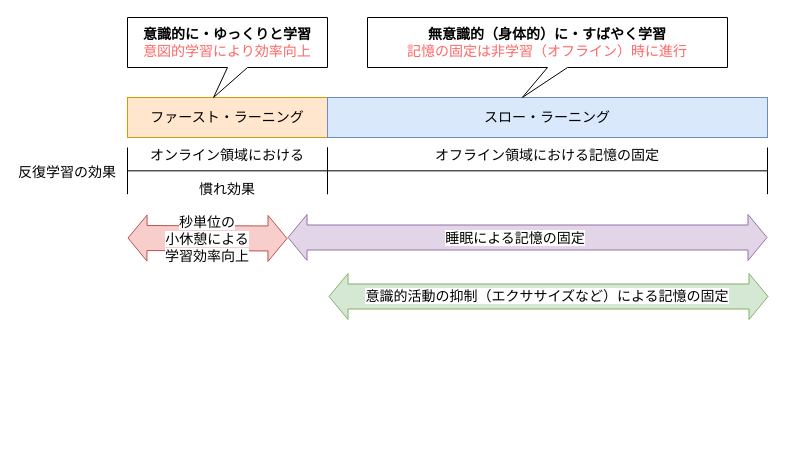
Earlier version of the draw.io diagram img/learning.drawio (amenoyoya/typing). Source tidied: cells renumbered, new cells numbered last; positions are measured from the earlier drawing's top-left corner, leaving out a move shared by most shapes. Both pictures are drawn from the tidied source at 100%, with x=0, y=0 at pixel (17, 17).
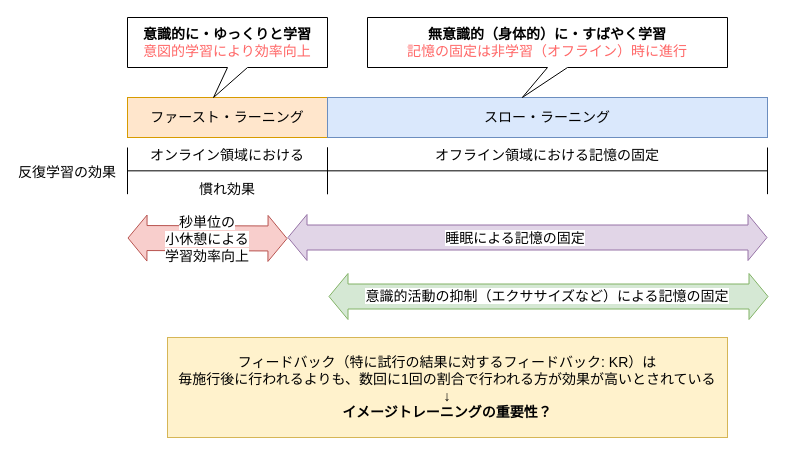
After the change.

What changed in the source:
```diff
@@
 <mxGraphModel>
   <root>
     <mxCell id="0" />
     <mxCell id="1" parent="0" />
     <mxCell id="2" value="ファースト・ラーニング" style="rounded=0;whiteSpace=wrap;html=1;fontSize=14;fillColor=#ffe6cc;strokeColor=#d79b00;" parent="1" vertex="1">
       <mxGeometry x="110" y="80" width="200" height="40" as="geometry" />
     </mxCell>
     <mxCell id="3" value="スロー・ラーニング" style="rounded=0;whiteSpace=wrap;html=1;fontSize=14;fillColor=#dae8fc;strokeColor=#6c8ebf;" parent="1" vertex="1">
       <mxGeometry x="310" y="80" width="440" height="40" as="geometry" />
     </mxCell>
     <mxCell id="4" value="反復学習の効果" style="text;html=1;strokeColor=none;fillColor=none;align=center;verticalAlign=middle;whiteSpace=wrap;rounded=0;fontSize=14;" parent="1" vertex="1">
       <mxGeometry y="145" width="100" height="20" as="geometry" />
     </mxCell>
     <mxCell id="5" value="オンライン領域における&lt;br&gt;&lt;br&gt;慣れ効果" style="verticalAlign=bottom;dashed=0;shape=mxgraph.pid.piping.removable_spool;html=1;overflow=fill;fontSize=14;" parent="1" vertex="1">
       <mxGeometry x="110" y="130" width="200" height="70" as="geometry" />
     </mxCell>
     <mxCell id="6" value="オフライン領域における記憶の固定" style="verticalAlign=bottom;dashed=0;shape=mxgraph.pid.piping.removable_spool;html=1;overflow=fill;fontSize=14;" parent="1" vertex="1">
       <mxGeometry x="310" y="130" width="440" height="70" as="geometry" />
     </mxCell>
     <mxCell id="7" style="shape=flexArrow;endArrow=classic;startArrow=classic;html=1;fontSize=14;fillColor=#e1d5e7;strokeColor=#9673a6;width=25;" parent="1" edge="1">
       <mxGeometry relative="1" as="geometry">
         <mxPoint x="270" y="220" as="sourcePoint" />
         <mxPoint x="750" y="220" as="targetPoint" />
       </mxGeometry>
     </mxCell>
     <mxCell id="8" value="&lt;span style=&quot;white-space: nowrap; background-color: rgb(255, 255, 255);&quot;&gt;睡眠による記憶の固定&lt;/span&gt;" style="text;html=1;strokeColor=none;fillColor=none;align=center;verticalAlign=middle;whiteSpace=wrap;rounded=0;fontSize=14;" parent="1" vertex="1">
       <mxGeometry x="403" y="211" width="190" height="20" as="geometry" />
     </mxCell>
     <mxCell id="9" style="shape=flexArrow;endArrow=classic;startArrow=classic;html=1;fontSize=14;fillColor=#d5e8d4;strokeColor=#82b366;width=25;" parent="1" edge="1">
       <mxGeometry relative="1" as="geometry">
         <mxPoint x="311" y="279" as="sourcePoint" />
         <mxPoint x="751" y="279" as="targetPoint" />
       </mxGeometry>
     </mxCell>
     <mxCell id="10" value="&lt;span style=&quot;text-align: right ; white-space: nowrap ; background-color: rgb(255 , 255 , 255)&quot;&gt;意識的活動の抑制（エクササイズなど）による記憶の固定&lt;/span&gt;" style="text;html=1;strokeColor=none;fillColor=none;align=center;verticalAlign=middle;whiteSpace=wrap;rounded=0;fontSize=14;" parent="1" vertex="1">
       <mxGeometry x="317" y="269" width="426" height="20" as="geometry" />
     </mxCell>
     <mxCell id="11" value="&lt;b&gt;意識的に・ゆっくりと学習&lt;/b&gt;&lt;br&gt;&lt;font color=&quot;#ff6666&quot;&gt;意図的学習により効率向上&lt;/font&gt;" style="shape=callout;whiteSpace=wrap;html=1;perimeter=calloutPerimeter;fillColor=none;fontSize=14;align=center;position2=0.43;" parent="1" vertex="1">
       <mxGeometry x="110" width="200" height="80" as="geometry" />
     </mxCell>
     <mxCell id="12" value="&lt;b&gt;無意識的（身体的）に・すばやく学習&lt;/b&gt;&lt;br&gt;&lt;font color=&quot;#ff6666&quot;&gt;記憶の固定は非学習（オフライン）時に進行&lt;/font&gt;" style="shape=callout;whiteSpace=wrap;html=1;perimeter=calloutPerimeter;fillColor=none;fontSize=14;align=center;position2=0.43;" parent="1" vertex="1">
       <mxGeometry x="350" width="360" height="80" as="geometry" />
     </mxCell>
     <mxCell id="13" style="shape=flexArrow;endArrow=classic;startArrow=classic;html=1;fontSize=14;fillColor=#f8cecc;strokeColor=#b85450;width=25;" parent="1" edge="1">
       <mxGeometry relative="1" as="geometry">
         <mxPoint x="110" y="220.5" as="sourcePoint" />
         <mxPoint x="270" y="221" as="targetPoint" />
       </mxGeometry>
     </mxCell>
     <mxCell id="14" value="&lt;div&gt;&lt;span style=&quot;background-color: rgb(255 , 255 , 255)&quot;&gt;秒単位の&lt;/span&gt;&lt;/div&gt;&lt;div&gt;&lt;span style=&quot;background-color: rgb(255 , 255 , 255)&quot;&gt;小休憩による&lt;/span&gt;&lt;/div&gt;&lt;div&gt;&lt;span style=&quot;background-color: rgb(255 , 255 , 255)&quot;&gt;学習効率&lt;/span&gt;&lt;span style=&quot;background-color: rgb(255 , 255 , 255)&quot;&gt;向上&lt;/span&gt;&lt;/div&gt;" style="text;html=1;strokeColor=none;fillColor=none;align=center;verticalAlign=middle;whiteSpace=wrap;rounded=0;fontSize=14;" parent="1" vertex="1">
       <mxGeometry x="130" y="191" width="120" height="61" as="geometry" />
     </mxCell>
+    <mxCell id="15" value="フィードバック（特に試行の結果に対するフィードバック: KR）は&lt;br&gt;毎施行後に行われるよりも、数回に1回の割合で行われる方が効果が高いとされている&lt;br&gt;↓&lt;br&gt;&lt;b&gt;イメージトレーニングの重要性？&lt;/b&gt;" style="text;html=1;strokeColor=#d6b656;fillColor=#fff2cc;align=center;verticalAlign=middle;whiteSpace=wrap;rounded=0;fontSize=14;" parent="1" vertex="1">
+      <mxGeometry x="150" y="320" width="560" height="100" as="geometry" />
+    </mxCell>
   </root>
 </mxGraphModel>
```
